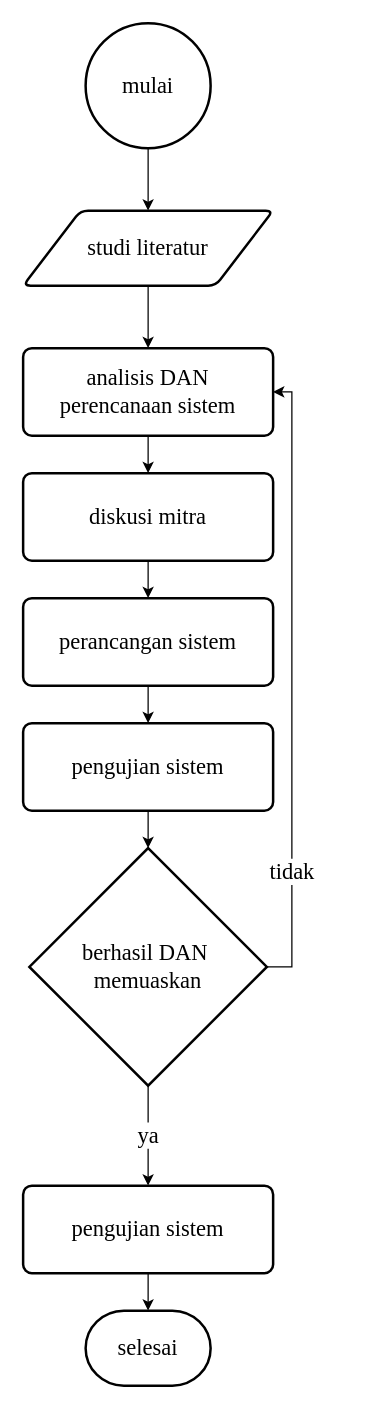
Above: page "LDAP - FLow" (3 of 10) of Chart on Search Query.drawio in troders34/research (draw.io), before the change. Source tidied: cells renumbered, new cells numbered last; positions are measured from the earlier drawing's top-left corner, leaving out a move shared by most shapes. Both pictures are drawn from the tidied source at 125%, with x=0, y=0 at pixel (22, 22).
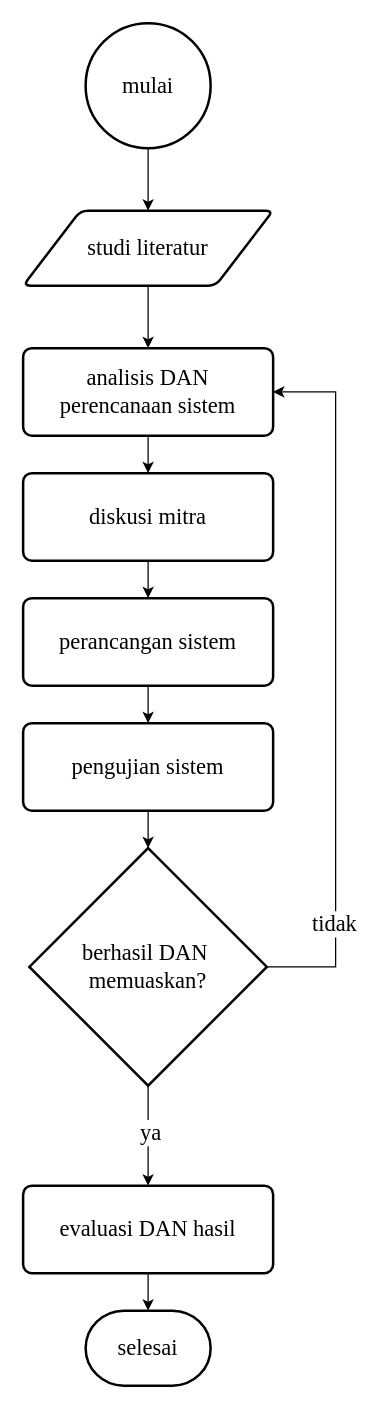
The same diagram, later.

The change refers to these unchanged cells:
```xml
<mxCell id="8" value="analisis DAN&lt;div&gt;perencanaan sistem&lt;/div&gt;" style="rounded=1;whiteSpace=wrap;html=1;absoluteArcSize=1;arcSize=14;strokeWidth=2;fontFamily=Times New Roman;fontSize=18;" parent="1" vertex="1">
  <mxGeometry y="260" width="200" height="70" as="geometry" />
</mxCell>
```

Change to the diagram source:
```diff
@@
+    <mxCell id="16" style="edgeStyle=orthogonalEdgeStyle;rounded=0;jettySize=auto;html=1;exitX=1;exitY=0.5;exitDx=0;exitDy=0;exitPerimeter=0;entryX=1;entryY=0.5;entryDx=0;entryDy=0;" parent="1" edge="1" source="18" target="8">
+      <mxGeometry relative="1" as="geometry">
+        <Array as="points">
+          <mxPoint x="250" y="755" />
+          <mxPoint x="250" y="295" />
+        </Array>
+      </mxGeometry>
+    </mxCell>
+    <mxCell id="17" value="&lt;font style=&quot;font-size: 18px;&quot; face=&quot;Times New Roman&quot;&gt;tidak&lt;/font&gt;" style="edgeLabel;html=1;align=center;verticalAlign=middle;" parent="16" vertex="1">
+      <mxGeometry x="-0.68" y="2" relative="1" as="geometry" />
+    </mxCell>
-    <mxCell id="14" style="edgeStyle=orthogonalEdgeStyle;rounded=0;jettySize=auto;html=1;exitX=0.5;exitY=1;exitDx=0;exitDy=0;exitPerimeter=0;entryX=0.5;entryY=0;entryDx=0;entryDy=0;fontFamily=Times New Roman;fontSize=18;" parent="1" edge="1" source="18" target="20">
+    <mxCell id="14" style="edgeStyle=orthogonalEdgeStyle;rounded=0;jettySize=auto;html=1;exitX=0.5;exitY=1;exitDx=0;exitDy=0;exitPerimeter=0;entryX=0.5;entryY=0;entryDx=0;entryDy=0;" parent="1" edge="1" source="18" target="20">
       <mxGeometry relative="1" as="geometry" />
     </mxCell>
-    <mxCell id="15" value="ya" style="edgeLabel;html=1;align=center;verticalAlign=middle;fontFamily=Times New Roman;fontSize=18;" parent="14" vertex="1">
-      <mxGeometry x="-0.02" y="-1" relative="1" as="geometry" />
+    <mxCell id="15" value="&lt;font style=&quot;font-size: 18px;&quot; face=&quot;Times New Roman&quot;&gt;ya&lt;/font&gt;" style="edgeLabel;html=1;align=center;verticalAlign=middle;" parent="14" vertex="1">
+      <mxGeometry x="-0.07" y="1" relative="1" as="geometry" />
     </mxCell>
-    <mxCell id="16" style="edgeStyle=orthogonalEdgeStyle;rounded=0;jettySize=auto;html=1;exitX=1;exitY=0.5;exitDx=0;exitDy=0;exitPerimeter=0;entryX=1;entryY=0.5;entryDx=0;entryDy=0;" parent="1" edge="1" source="18" target="8">
-      <mxGeometry relative="1" as="geometry" />
-    </mxCell>
-    <mxCell id="17" value="&lt;font style=&quot;font-size: 18px;&quot; face=&quot;Times New Roman&quot;&gt;tidak&lt;/font&gt;" style="edgeLabel;html=1;align=center;verticalAlign=middle;" parent="16" vertex="1">
-      <mxGeometry x="-0.61" y="1" relative="1" as="geometry" />
-    </mxCell>
-    <mxCell id="18" value="berhasil DAN&amp;nbsp;&lt;div&gt;memuaskan&lt;/div&gt;" style="strokeWidth=2;html=1;shape=mxgraph.flowchart.decision;whiteSpace=wrap;fontFamily=Times New Roman;fontSize=18;" parent="1" vertex="1">
+    <mxCell id="18" value="berhasil DAN&amp;nbsp;&lt;div&gt;memuaskan?&lt;/div&gt;" style="strokeWidth=2;html=1;shape=mxgraph.flowchart.decision;whiteSpace=wrap;fontFamily=Times New Roman;fontSize=18;" parent="1" vertex="1">
       <mxGeometry x="5" y="660" width="190" height="190" as="geometry" />
     </mxCell>
@@
-    <mxCell id="20" value="pengujian sistem" style="rounded=1;whiteSpace=wrap;html=1;absoluteArcSize=1;arcSize=14;strokeWidth=2;fontFamily=Times New Roman;fontSize=18;" parent="1" vertex="1">
+    <mxCell id="20" value="evaluasi DAN hasil" style="rounded=1;whiteSpace=wrap;html=1;absoluteArcSize=1;arcSize=14;strokeWidth=2;fontFamily=Times New Roman;fontSize=18;" parent="1" vertex="1">
       <mxGeometry y="930" width="200" height="70" as="geometry" />
     </mxCell>
```
